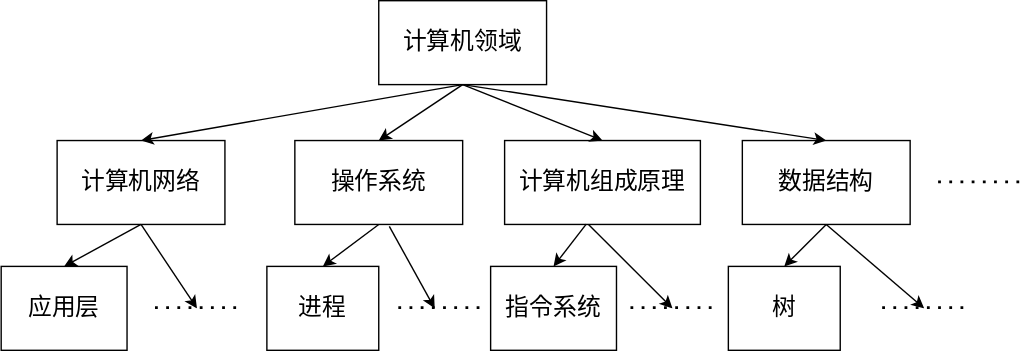
XuLeiGithub/draw-images keeps this draw.io diagram as paper/KnowledgeStructure.drawio.svg. Above is the earlier version. Source tidied: cells renumbered, new cells last; positions are measured from the earlier drawing's top-left corner, leaving out a move shared by most shapes. Its diagram source:
```xml
<mxGraphModel>
  <root>
    <mxCell id="0" />
    <mxCell id="1" parent="0" />
    <mxCell id="2" value="计算机网络" style="rounded=0;whiteSpace=wrap;html=1;fontSize=17;" parent="1" vertex="1">
      <mxGeometry x="40" y="100" width="120" height="60" as="geometry" />
    </mxCell>
    <mxCell id="3" value="操作系统" style="rounded=0;whiteSpace=wrap;html=1;fontSize=17;" parent="1" vertex="1">
      <mxGeometry x="210" y="100" width="120" height="60" as="geometry" />
    </mxCell>
    <mxCell id="4" value="计算机领域" style="rounded=0;whiteSpace=wrap;html=1;fontSize=17;" parent="1" vertex="1">
      <mxGeometry x="270" width="120" height="60" as="geometry" />
    </mxCell>
    <mxCell id="5" value="计算机组成原理" style="rounded=0;whiteSpace=wrap;html=1;fontSize=17;" parent="1" vertex="1">
      <mxGeometry x="360" y="100" width="140" height="60" as="geometry" />
    </mxCell>
    <mxCell id="6" value="数据结构" style="rounded=0;whiteSpace=wrap;html=1;fontSize=17;" parent="1" vertex="1">
      <mxGeometry x="530" y="100" width="120" height="60" as="geometry" />
    </mxCell>
    <mxCell id="7" style="endArrow=none;dashed=1;html=1;dashPattern=1 3;strokeWidth=2;rounded=0;fontSize=17;" parent="1" edge="1">
      <mxGeometry relative="1" as="geometry">
        <mxPoint x="670" y="129.5" as="sourcePoint" />
        <mxPoint x="730" y="129.5" as="targetPoint" />
      </mxGeometry>
    </mxCell>
    <mxCell id="8" style="endArrow=classic;html=1;rounded=0;fontSize=17;entryX=0.5;entryY=0;entryDx=0;entryDy=0;" parent="1" edge="1" target="2">
      <mxGeometry relative="1" as="geometry">
        <mxPoint x="330" y="60" as="sourcePoint" />
      </mxGeometry>
    </mxCell>
    <mxCell id="9" style="endArrow=classic;html=1;rounded=0;fontSize=17;entryX=0.5;entryY=0;entryDx=0;entryDy=0;" parent="1" edge="1" target="3">
      <mxGeometry relative="1" as="geometry">
        <mxPoint x="330" y="60" as="sourcePoint" />
      </mxGeometry>
    </mxCell>
    <mxCell id="10" style="endArrow=classic;html=1;rounded=0;fontSize=17;entryX=0.5;entryY=0;entryDx=0;entryDy=0;exitX=0.5;exitY=1;exitDx=0;exitDy=0;" parent="1" edge="1" source="4" target="5">
      <mxGeometry relative="1" as="geometry" />
    </mxCell>
    <mxCell id="11" style="endArrow=classic;html=1;rounded=0;fontSize=17;entryX=0.5;entryY=0;entryDx=0;entryDy=0;exitX=0.5;exitY=1;exitDx=0;exitDy=0;" parent="1" edge="1" source="4" target="6">
      <mxGeometry relative="1" as="geometry" />
    </mxCell>
    <mxCell id="12" value="应用层" style="rounded=0;whiteSpace=wrap;html=1;fontSize=17;" parent="1" vertex="1">
      <mxGeometry y="190" width="90" height="60" as="geometry" />
    </mxCell>
    <mxCell id="13" style="endArrow=none;dashed=1;html=1;dashPattern=1 3;strokeWidth=2;rounded=0;fontSize=17;" parent="1" edge="1">
      <mxGeometry relative="1" as="geometry">
        <mxPoint x="110" y="219.5" as="sourcePoint" />
        <mxPoint x="170" y="219.5" as="targetPoint" />
      </mxGeometry>
    </mxCell>
    <mxCell id="14" value="进程" style="rounded=0;whiteSpace=wrap;html=1;fontSize=17;" parent="1" vertex="1">
      <mxGeometry x="190" y="190" width="80" height="60" as="geometry" />
    </mxCell>
    <mxCell id="15" style="endArrow=none;dashed=1;html=1;dashPattern=1 3;strokeWidth=2;rounded=0;fontSize=17;" parent="1" edge="1">
      <mxGeometry relative="1" as="geometry">
        <mxPoint x="284" y="219.5" as="sourcePoint" />
        <mxPoint x="344" y="219.5" as="targetPoint" />
      </mxGeometry>
    </mxCell>
    <mxCell id="16" value="指令系统" style="rounded=0;whiteSpace=wrap;html=1;fontSize=17;" parent="1" vertex="1">
      <mxGeometry x="350" y="190" width="90" height="60" as="geometry" />
    </mxCell>
    <mxCell id="17" style="endArrow=none;dashed=1;html=1;dashPattern=1 3;strokeWidth=2;rounded=0;fontSize=17;" parent="1" edge="1">
      <mxGeometry relative="1" as="geometry">
        <mxPoint x="450" y="219.5" as="sourcePoint" />
        <mxPoint x="510" y="219.5" as="targetPoint" />
      </mxGeometry>
    </mxCell>
    <mxCell id="18" value="树" style="rounded=0;whiteSpace=wrap;html=1;fontSize=17;" parent="1" vertex="1">
      <mxGeometry x="520" y="190" width="80" height="60" as="geometry" />
    </mxCell>
    <mxCell id="19" style="endArrow=classic;html=1;rounded=0;fontSize=17;exitX=0.5;exitY=1;exitDx=0;exitDy=0;entryX=0.5;entryY=0;entryDx=0;entryDy=0;" parent="1" edge="1" source="2" target="12">
      <mxGeometry relative="1" as="geometry" />
    </mxCell>
    <mxCell id="20" style="endArrow=classic;html=1;rounded=0;fontSize=17;exitX=0.5;exitY=1;exitDx=0;exitDy=0;" parent="1" edge="1" source="2">
      <mxGeometry relative="1" as="geometry">
        <mxPoint x="140" y="220" as="targetPoint" />
      </mxGeometry>
    </mxCell>
    <mxCell id="21" style="endArrow=classic;html=1;rounded=0;fontSize=17;exitX=0.5;exitY=1;exitDx=0;exitDy=0;entryX=0.5;entryY=0;entryDx=0;entryDy=0;" parent="1" edge="1" source="3" target="14">
      <mxGeometry relative="1" as="geometry" />
    </mxCell>
    <mxCell id="22" style="endArrow=classic;html=1;rounded=0;fontSize=17;exitX=0.563;exitY=1.023;exitDx=0;exitDy=0;exitPerimeter=0;" parent="1" edge="1" source="3">
      <mxGeometry relative="1" as="geometry">
        <mxPoint x="310" y="220" as="targetPoint" />
      </mxGeometry>
    </mxCell>
    <mxCell id="23" style="endArrow=classic;html=1;rounded=0;fontSize=17;exitX=0.417;exitY=0.997;exitDx=0;exitDy=0;exitPerimeter=0;entryX=0.5;entryY=0;entryDx=0;entryDy=0;" parent="1" edge="1" source="5" target="16">
      <mxGeometry relative="1" as="geometry" />
    </mxCell>
    <mxCell id="24" style="endArrow=classic;html=1;rounded=0;fontSize=17;" parent="1" edge="1">
      <mxGeometry relative="1" as="geometry">
        <mxPoint x="420" y="160" as="sourcePoint" />
        <mxPoint x="480" y="220" as="targetPoint" />
      </mxGeometry>
    </mxCell>
    <mxCell id="25" style="endArrow=classic;html=1;rounded=0;fontSize=17;entryX=0.5;entryY=0;entryDx=0;entryDy=0;exitX=0.5;exitY=1;exitDx=0;exitDy=0;" parent="1" edge="1" source="6" target="18">
      <mxGeometry relative="1" as="geometry" />
    </mxCell>
    <mxCell id="26" style="endArrow=none;dashed=1;html=1;dashPattern=1 3;strokeWidth=2;rounded=0;fontSize=17;" parent="1" edge="1">
      <mxGeometry relative="1" as="geometry">
        <mxPoint x="630" y="219.5" as="sourcePoint" />
        <mxPoint x="690" y="219.5" as="targetPoint" />
      </mxGeometry>
    </mxCell>
    <mxCell id="27" style="endArrow=classic;html=1;rounded=0;fontSize=17;exitX=0.5;exitY=1;exitDx=0;exitDy=0;" parent="1" edge="1" source="6">
      <mxGeometry relative="1" as="geometry">
        <mxPoint x="660" y="220" as="targetPoint" />
      </mxGeometry>
    </mxCell>
  </root>
</mxGraphModel>
```
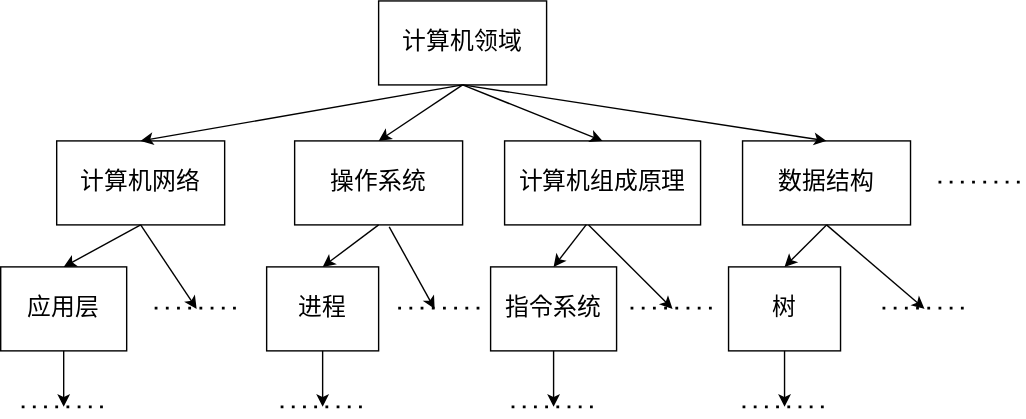
The same file after the commit.

Change to the diagram source:
```diff
@@ -108,5 +108,49 @@
         <mxPoint x="660" y="220" as="targetPoint" />
       </mxGeometry>
     </mxCell>
+    <mxCell id="28" style="endArrow=classic;html=1;rounded=0;exitX=0.5;exitY=1;exitDx=0;exitDy=0;" parent="1" edge="1" source="12">
+      <mxGeometry relative="1" as="geometry">
+        <mxPoint x="45" y="290" as="targetPoint" />
+      </mxGeometry>
+    </mxCell>
+    <mxCell id="29" style="endArrow=none;dashed=1;html=1;dashPattern=1 3;strokeWidth=2;rounded=0;fontSize=17;" parent="1" edge="1">
+      <mxGeometry relative="1" as="geometry">
+        <mxPoint x="15" y="290" as="sourcePoint" />
+        <mxPoint x="75" y="290" as="targetPoint" />
+      </mxGeometry>
+    </mxCell>
+    <mxCell id="30" style="endArrow=none;dashed=1;html=1;dashPattern=1 3;strokeWidth=2;rounded=0;fontSize=17;" parent="1" edge="1">
+      <mxGeometry relative="1" as="geometry">
+        <mxPoint x="200" y="290" as="sourcePoint" />
+        <mxPoint x="260" y="290" as="targetPoint" />
+      </mxGeometry>
+    </mxCell>
+    <mxCell id="31" style="endArrow=none;dashed=1;html=1;dashPattern=1 3;strokeWidth=2;rounded=0;fontSize=17;" parent="1" edge="1">
+      <mxGeometry relative="1" as="geometry">
+        <mxPoint x="365" y="290" as="sourcePoint" />
+        <mxPoint x="425" y="290" as="targetPoint" />
+      </mxGeometry>
+    </mxCell>
+    <mxCell id="32" style="endArrow=none;dashed=1;html=1;dashPattern=1 3;strokeWidth=2;rounded=0;fontSize=17;" parent="1" edge="1">
+      <mxGeometry relative="1" as="geometry">
+        <mxPoint x="530" y="290" as="sourcePoint" />
+        <mxPoint x="590" y="290" as="targetPoint" />
+      </mxGeometry>
+    </mxCell>
+    <mxCell id="33" style="endArrow=classic;html=1;rounded=0;exitX=0.5;exitY=1;exitDx=0;exitDy=0;" parent="1" edge="1" source="14">
+      <mxGeometry relative="1" as="geometry">
+        <mxPoint x="230" y="290" as="targetPoint" />
+      </mxGeometry>
+    </mxCell>
+    <mxCell id="34" style="endArrow=classic;html=1;rounded=0;exitX=0.5;exitY=1;exitDx=0;exitDy=0;" parent="1" edge="1" source="16">
+      <mxGeometry relative="1" as="geometry">
+        <mxPoint x="395" y="290" as="targetPoint" />
+      </mxGeometry>
+    </mxCell>
+    <mxCell id="35" style="endArrow=classic;html=1;rounded=0;exitX=0.5;exitY=1;exitDx=0;exitDy=0;" parent="1" edge="1" source="18">
+      <mxGeometry relative="1" as="geometry">
+        <mxPoint x="560" y="290" as="targetPoint" />
+      </mxGeometry>
+    </mxCell>
   </root>
 </mxGraphModel>
```
